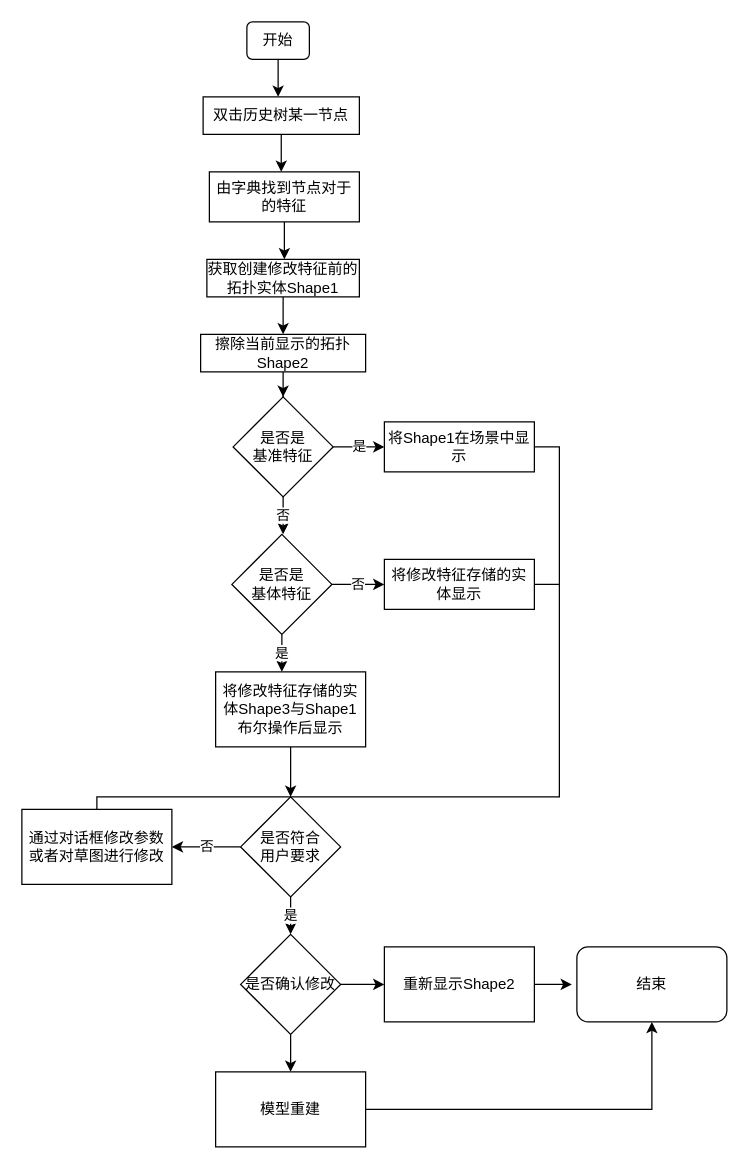
Before: 特征修改参数.drawio in liuhuliuhu123/First-test, a draw.io diagram. Source tidied: cells renumbered, new cells numbered last; positions are measured from the earlier drawing's top-left corner, leaving out a move shared by most shapes. Both pictures are drawn from the tidied source at 125%, with x=0, y=0 at pixel (21, 21).
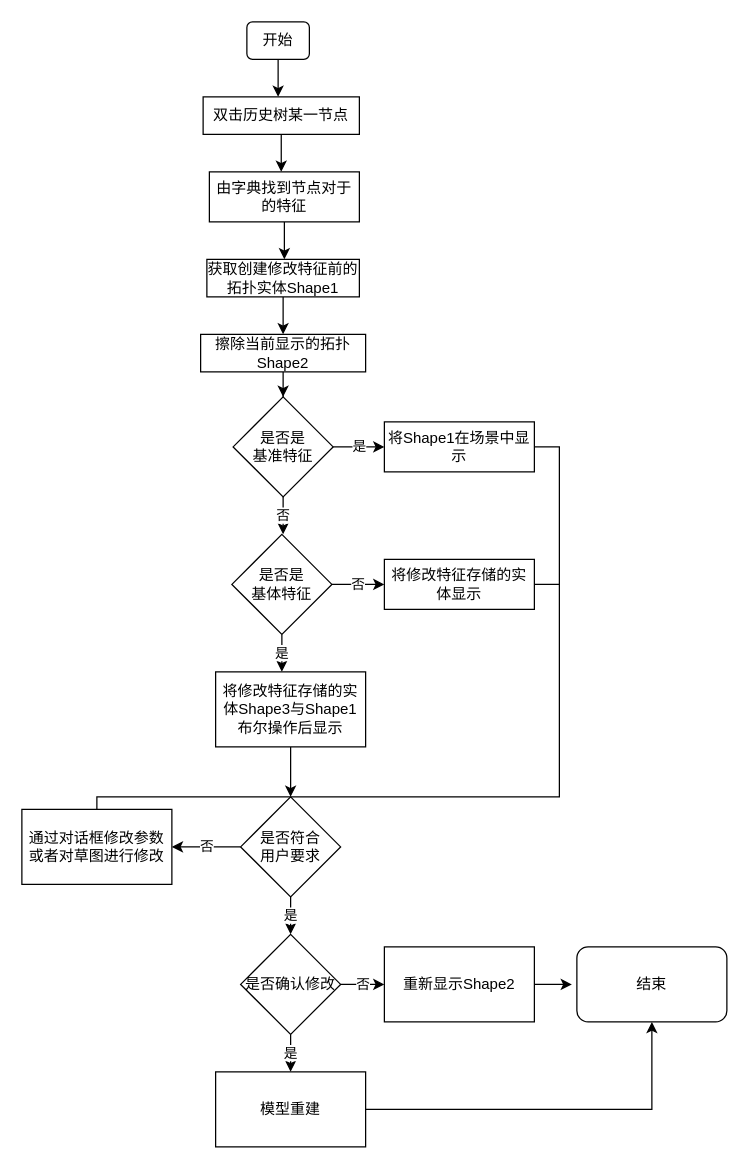
Above is the later version.

Commit message:
更新特征修改参数.drawio

Unchanged cells that the change refers to:
```xml
<mxCell id="32" value="是否确认修改" style="rhombus;whiteSpace=wrap;html=1;" parent="1" vertex="1">
  <mxGeometry x="175" y="730" width="80" height="80" as="geometry" />
</mxCell>
```

Change to the diagram source:
```diff
@@
-    <mxCell id="30" style="edgeStyle=orthogonalEdgeStyle;rounded=0;jettySize=auto;html=1;" parent="1" edge="1" source="32">
+    <mxCell id="30" value="否" style="edgeStyle=orthogonalEdgeStyle;rounded=0;jettySize=auto;html=1;" parent="1" edge="1" source="32">
       <mxGeometry relative="1" as="geometry">
         <mxPoint x="290" y="770" as="targetPoint" />
       </mxGeometry>
     </mxCell>
-    <mxCell id="31" style="edgeStyle=orthogonalEdgeStyle;rounded=0;jettySize=auto;html=1;" parent="1" edge="1" source="32">
+    <mxCell id="31" value="是" style="edgeStyle=orthogonalEdgeStyle;rounded=0;jettySize=auto;html=1;" parent="1" edge="1" source="32">
       <mxGeometry relative="1" as="geometry">
         <mxPoint x="215" y="840" as="targetPoint" />
       </mxGeometry>
     </mxCell>
```
